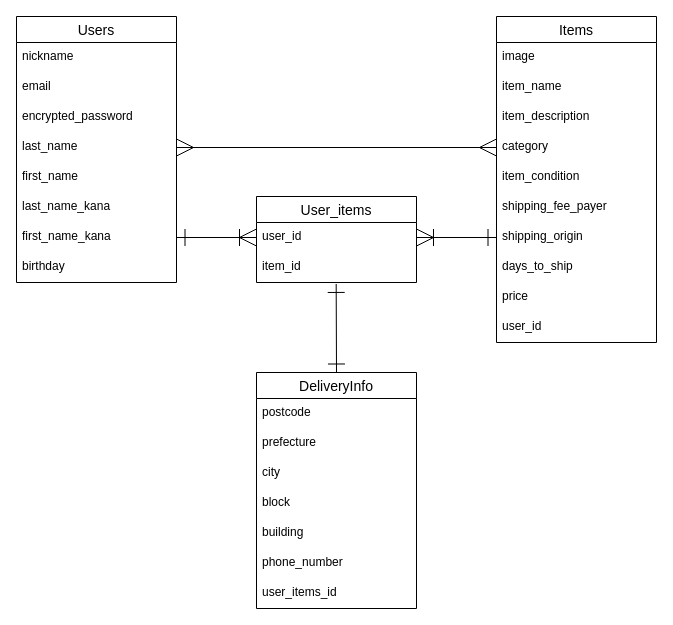
The draw.io diagram furima.dio in kazzz8/furima-24747, before the edit. Source tidied: cells renumbered, new cells numbered last; positions are measured from the earlier drawing's top-left corner, leaving out a move shared by most shapes. Both pictures are drawn from the tidied source at 100%, with x=0, y=0 at pixel (16, 16).
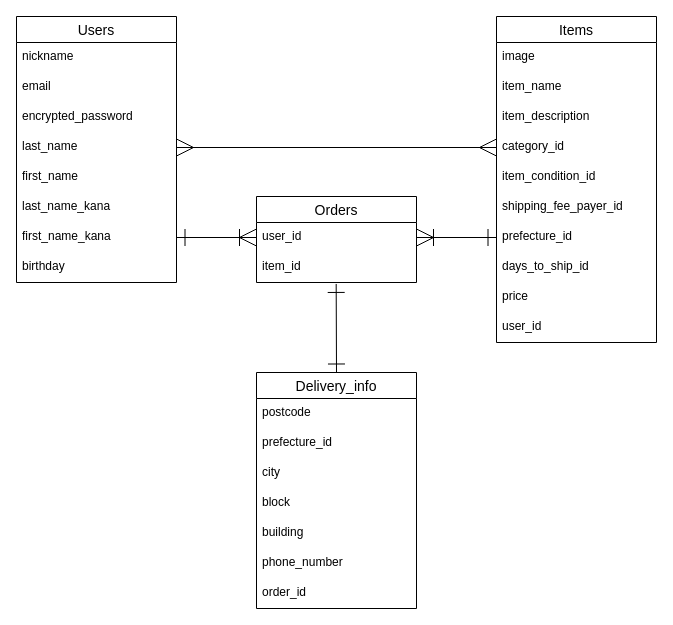
After the change.

Commit message (it also covers changes not shown here):
データベース設計 修正1回目

Unchanged cells that the change refers to:
```xml
<mxCell id="11" value="Items" style="swimlane;fontStyle=0;horizontal=1;startSize=26;align=center;fontSize=14;" parent="1" vertex="1">
  <mxGeometry x="480" width="160" height="326" as="geometry" />
</mxCell>
```

The edit, as a diff of the source:
```diff
@@
-    <mxCell id="15" value="category" style="text;strokeColor=none;fillColor=none;spacingLeft=4;spacingRight=4;overflow=hidden;points=[[0,0.5],[1,0.5]];portConstraint=eastwest;fontSize=12;" parent="11" vertex="1">
+    <mxCell id="15" value="category_id" style="text;strokeColor=none;fillColor=none;spacingLeft=4;spacingRight=4;overflow=hidden;points=[[0,0.5],[1,0.5]];portConstraint=eastwest;fontSize=12;" parent="11" vertex="1">
       <mxGeometry y="116" width="160" height="30" as="geometry" />
     </mxCell>
-    <mxCell id="16" value="item_condition" style="text;strokeColor=none;fillColor=none;spacingLeft=4;spacingRight=4;overflow=hidden;fontSize=12;" parent="11" vertex="1">
+    <mxCell id="16" value="item_condition_id" style="text;strokeColor=none;fillColor=none;spacingLeft=4;spacingRight=4;overflow=hidden;fontSize=12;" parent="11" vertex="1">
       <mxGeometry y="146" width="160" height="30" as="geometry" />
     </mxCell>
-    <mxCell id="17" value="shipping_fee_payer" style="text;strokeColor=none;fillColor=none;spacingLeft=4;spacingRight=4;overflow=hidden;fontSize=12;" parent="11" vertex="1">
+    <mxCell id="17" value="shipping_fee_payer_id" style="text;strokeColor=none;fillColor=none;spacingLeft=4;spacingRight=4;overflow=hidden;fontSize=12;" parent="11" vertex="1">
       <mxGeometry y="176" width="160" height="30" as="geometry" />
     </mxCell>
-    <mxCell id="18" value="shipping_origin" style="text;strokeColor=none;fillColor=none;spacingLeft=4;spacingRight=4;overflow=hidden;points=[[0,0.5],[1,0.5]];portConstraint=eastwest;fontSize=12;" parent="11" vertex="1">
+    <mxCell id="18" value="prefecture_id" style="text;strokeColor=none;fillColor=none;spacingLeft=4;spacingRight=4;overflow=hidden;points=[[0,0.5],[1,0.5]];portConstraint=eastwest;fontSize=12;" parent="11" vertex="1">
       <mxGeometry y="206" width="160" height="30" as="geometry" />
     </mxCell>
-    <mxCell id="19" value="days_to_ship" style="text;strokeColor=none;fillColor=none;spacingLeft=4;spacingRight=4;overflow=hidden;fontSize=12;" parent="11" vertex="1">
+    <mxCell id="19" value="days_to_ship_id" style="text;strokeColor=none;fillColor=none;spacingLeft=4;spacingRight=4;overflow=hidden;fontSize=12;" parent="11" vertex="1">
       <mxGeometry y="236" width="160" height="30" as="geometry" />
     </mxCell>
@@
-    <mxCell id="23" value="DeliveryInfo" style="swimlane;fontStyle=0;horizontal=1;startSize=26;align=center;fontSize=14;" parent="1" vertex="1">
+    <mxCell id="23" value="Delivery_info" style="swimlane;fontStyle=0;horizontal=1;startSize=26;align=center;fontSize=14;" parent="1" vertex="1">
       <mxGeometry x="240" y="356" width="160" height="236" as="geometry" />
     </mxCell>
@@
-    <mxCell id="25" value="prefecture" style="text;strokeColor=none;fillColor=none;spacingLeft=4;spacingRight=4;overflow=hidden;fontSize=12;" parent="23" vertex="1">
+    <mxCell id="25" value="prefecture_id" style="text;strokeColor=none;fillColor=none;spacingLeft=4;spacingRight=4;overflow=hidden;fontSize=12;" parent="23" vertex="1">
       <mxGeometry y="56" width="160" height="30" as="geometry" />
     </mxCell>
@@
-    <mxCell id="30" value="user_items_id" style="text;strokeColor=none;fillColor=none;spacingLeft=4;spacingRight=4;overflow=hidden;fontSize=12;" parent="23" vertex="1">
+    <mxCell id="30" value="order_id" style="text;strokeColor=none;fillColor=none;spacingLeft=4;spacingRight=4;overflow=hidden;fontSize=12;" parent="23" vertex="1">
       <mxGeometry y="206" width="160" height="30" as="geometry" />
     </mxCell>
@@
-    <mxCell id="32" value="User_items" style="swimlane;fontStyle=0;horizontal=1;startSize=26;align=center;fontSize=14;" parent="1" vertex="1">
+    <mxCell id="32" value="Orders" style="swimlane;fontStyle=0;horizontal=1;startSize=26;align=center;fontSize=14;" parent="1" vertex="1">
       <mxGeometry x="240" y="180" width="160" height="86" as="geometry" />
     </mxCell>
```
